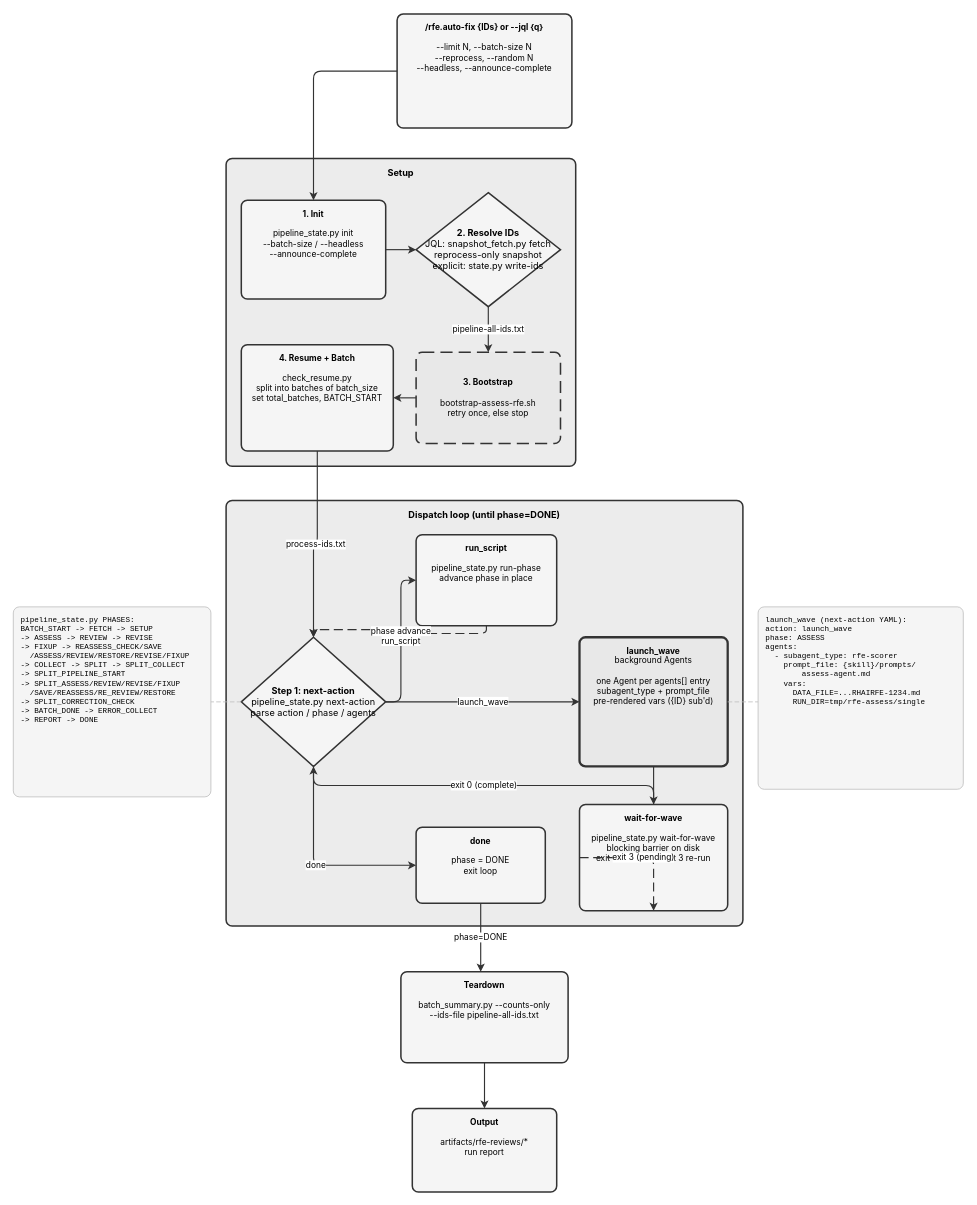
Before: site/docs/plugins/rfe-creator/rfe.auto-fix.drawio in fege/skills-registry, a draw.io diagram. Source tidied: cells renumbered, new cells numbered last; positions are measured from the earlier drawing's top-left corner, leaving out a move shared by most shapes. Both pictures are drawn from the tidied source at 76%, with x=0, y=0 at pixel (13, 14).
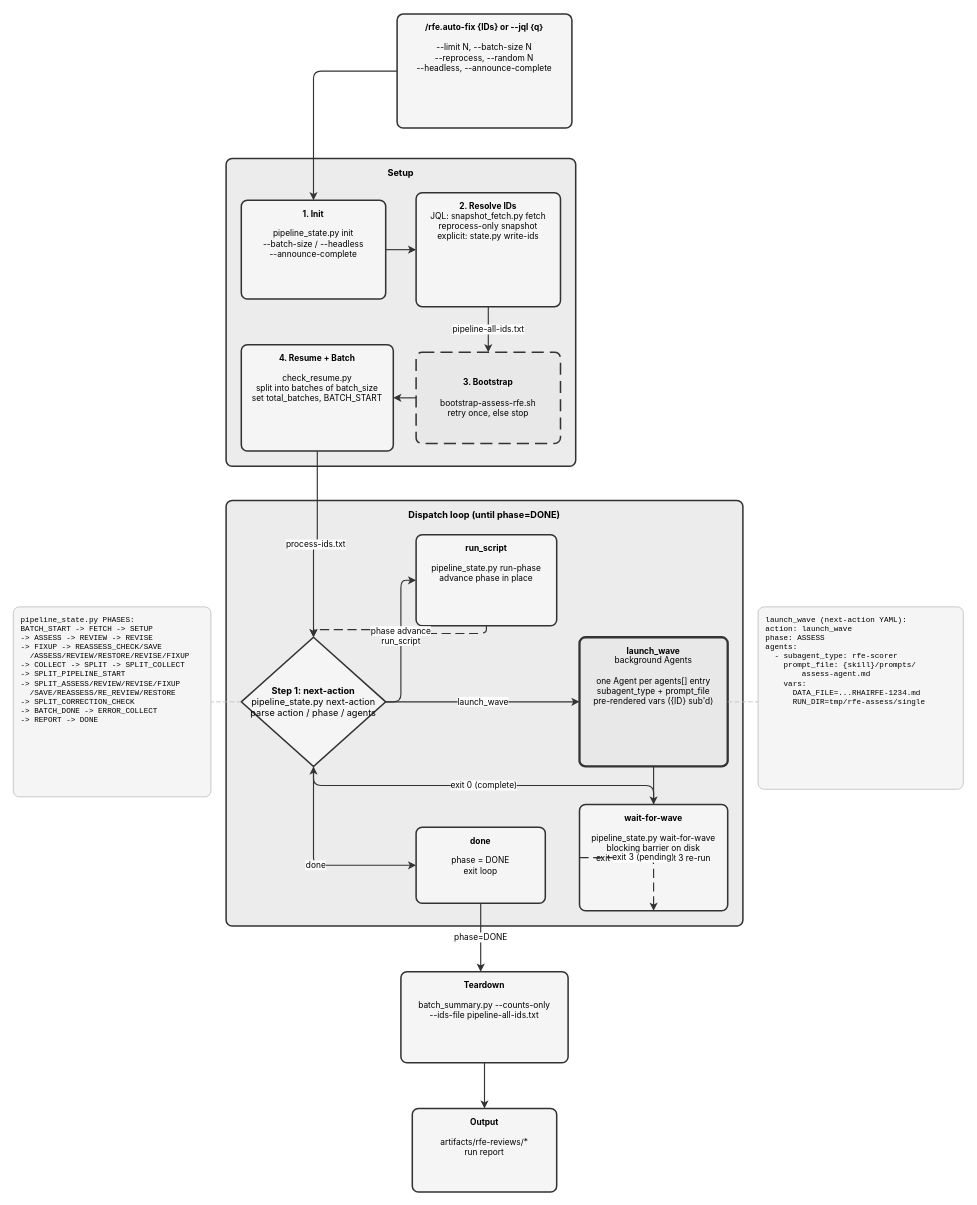
After the change.

Commit message (it also covers changes not shown here):
docs(rfe-creator): make rfe.auto-fix "Resolve IDs" a step, not a decision

The "Resolve IDs" node was shape:diamond but had a single outgoing edge —
the JQL / reprocess / explicit modes are argument-selected variants that
converge on one ID list, not a runtime branch. Render it as a processing
step. Caught by the new decision-fan-out check in skill-diagram's
validate_d2.py.

The change refers to these unchanged cells:
```xml
<mxCell id="3" value="&lt;b&gt;Setup&lt;/b&gt;" style="rounded=1;whiteSpace=wrap;html=1;fillColor=#ececec;strokeColor=#333333;strokeWidth=2;verticalAlign=top;spacingTop=5;fontSize=12;fontStyle=1;fontFamily=Inter,Helvetica,Arial,sans-serif;arcSize=16;absoluteArcSize=1;" parent="1" vertex="1">
  <mxGeometry x="280" y="190" width="460" height="405" as="geometry" />
</mxCell>
```

Change to the diagram source:
```diff
@@
-    <mxCell id="5" value="&lt;b&gt;2. Resolve IDs&lt;/b&gt;&lt;br&gt;JQL: snapshot_fetch.py fetch&lt;br&gt;reprocess-only snapshot&lt;br&gt;explicit: state.py write-ids" style="rhombus;whiteSpace=wrap;html=1;fillColor=#f5f5f5;strokeColor=#333333;strokeWidth=2;fontSize=12;fontFamily=Inter,Helvetica,Arial,sans-serif;" parent="3" vertex="1">
+    <mxCell id="5" value="&lt;b&gt;2. Resolve IDs&lt;/b&gt;&lt;br&gt;JQL: snapshot_fetch.py fetch&lt;br&gt;reprocess-only snapshot&lt;br&gt;explicit: state.py write-ids" style="rounded=1;whiteSpace=wrap;html=1;fillColor=#f5f5f5;strokeColor=#333333;strokeWidth=2;arcSize=16;absoluteArcSize=1;verticalAlign=top;spacingTop=5;fontSize=11;fontFamily=Inter,Helvetica,Arial,sans-serif;" parent="3" vertex="1">
       <mxGeometry x="250" y="45" width="190" height="150" as="geometry" />
     </mxCell>
```
